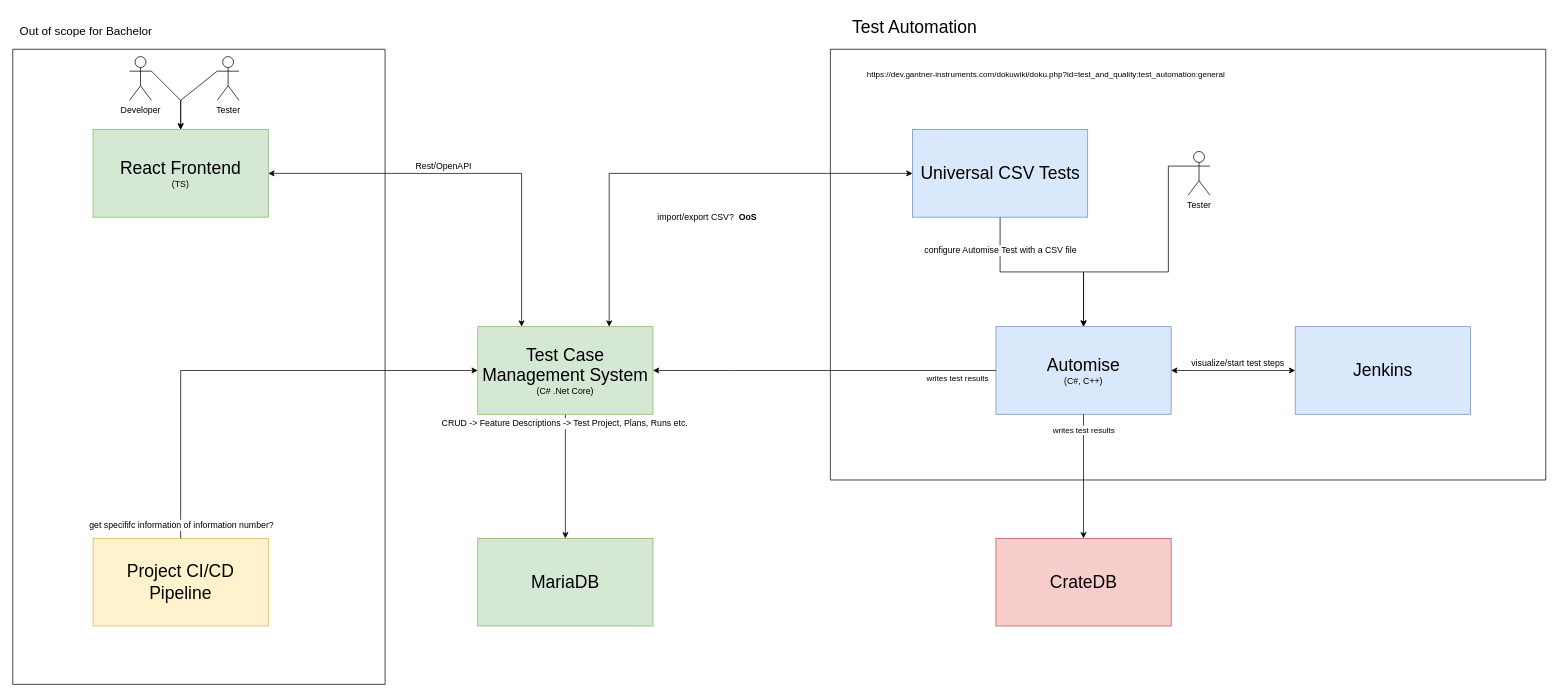
Before: Misc/DrawIO/TestTechnologiesOverview.drawio in iiNomad23/FHV_BachelorThesis, a draw.io diagram. Source tidied: cells renumbered, new cells numbered last; positions are measured from the earlier drawing's top-left corner, leaving out a move shared by most shapes. Both pictures are drawn from the tidied source at 73%, with x=0, y=0 at pixel (12, 12).
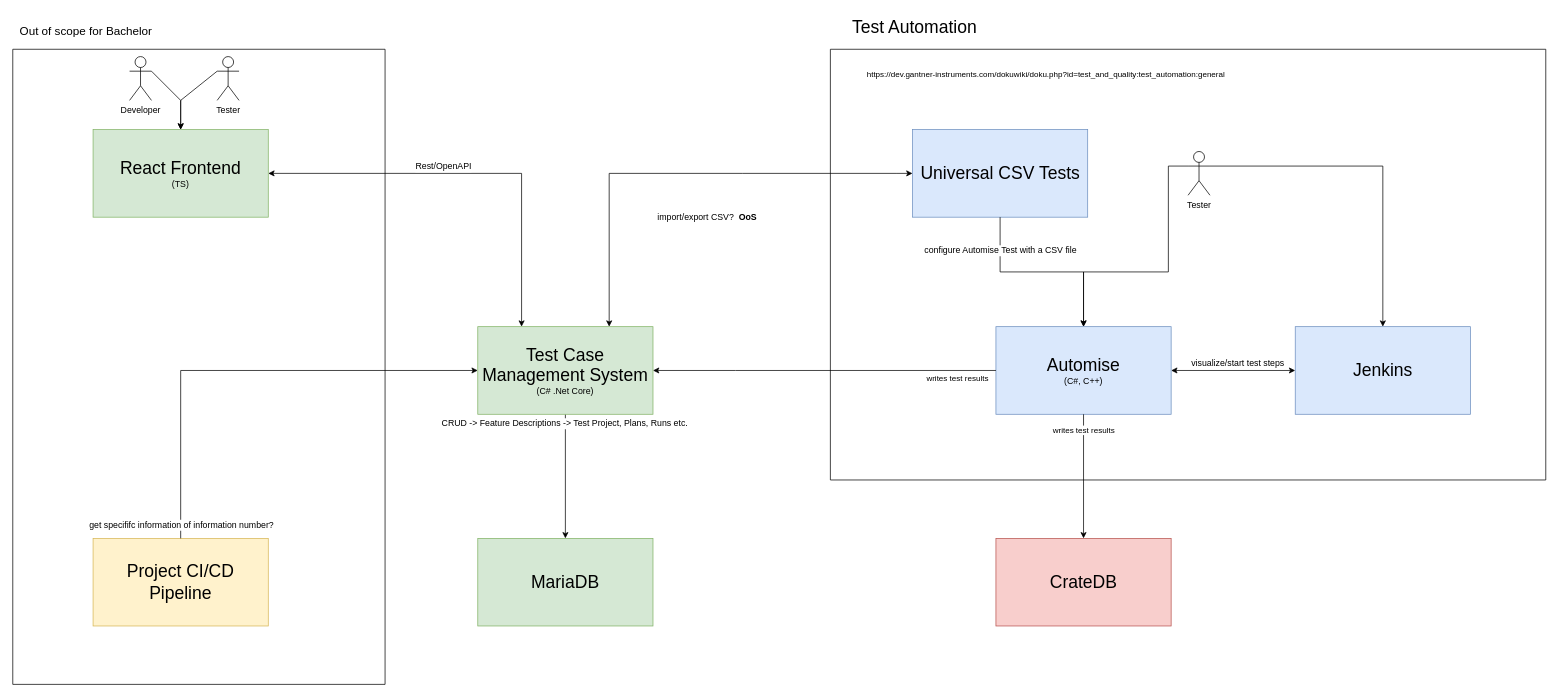
The same diagram, later.

The change refers to these unchanged cells:
```xml
<mxCell id="2" style="swimlane;startSize=0;fontSize=11;" parent="1" vertex="1">
  <mxGeometry x="1120" y="50" width="980" height="590" as="geometry" />
</mxCell>
<mxCell id="11" value="&lt;font style=&quot;font-size: 24px;&quot;&gt;Jenkins&lt;/font&gt;" style="rounded=0;whiteSpace=wrap;html=1;fillColor=#dae8fc;strokeColor=#6c8ebf;" parent="2" vertex="1">
  <mxGeometry x="636.8" y="380" width="240" height="120" as="geometry" />
</mxCell>
<mxCell id="13" value="Tester" style="shape=umlActor;verticalLabelPosition=bottom;verticalAlign=top;html=1;outlineConnect=0;" parent="2" vertex="1">
  <mxGeometry x="490" y="140" width="30" height="60" as="geometry" />
</mxCell>
```

Change to the diagram source:
```diff
@@
+    <mxCell id="38" style="edgeStyle=orthogonalEdgeStyle;rounded=0;jettySize=auto;html=1;exitX=1;exitY=0.3333333333333333;exitDx=0;exitDy=0;exitPerimeter=0;" parent="2" edge="1" source="13" target="11">
+      <mxGeometry relative="1" as="geometry" />
+    </mxCell>
```
